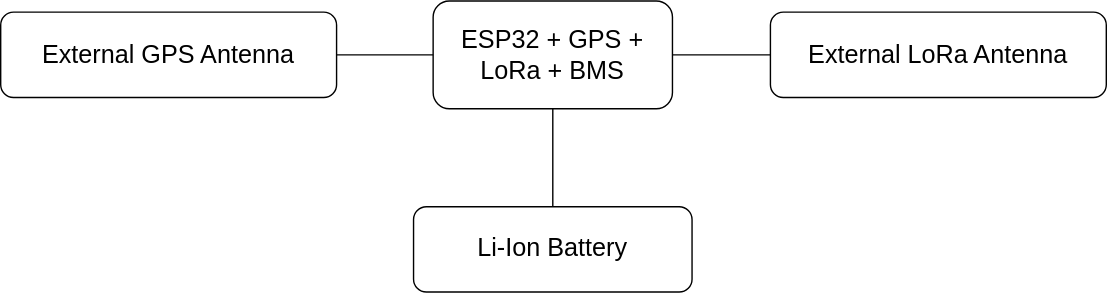
Earlier version of the draw.io export hardware/Connection Diagram.svg (metisvela/sailtrack-radio). Source tidied: cells renumbered, new cells last; positions are measured from the earlier drawing's top-left corner, leaving out a move shared by most shapes.
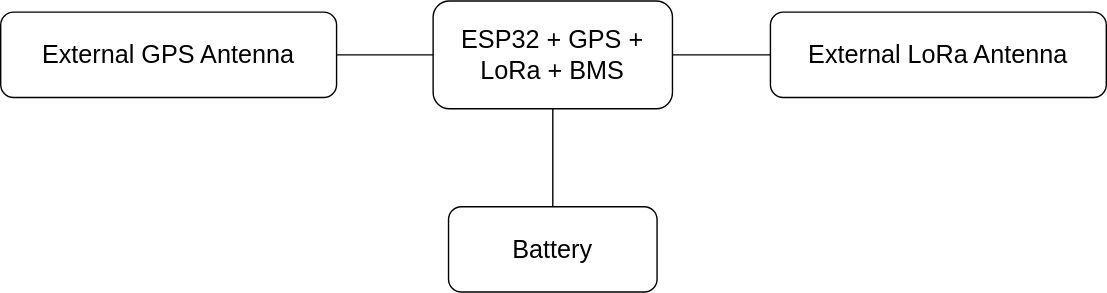
After the commit.

Change to the diagram source:
```diff
@@ -8,8 +8,8 @@
     <mxCell id="3" style="edgeStyle=orthogonalEdgeStyle;rounded=0;jettySize=auto;html=1;exitX=0.5;exitY=0;exitDx=0;exitDy=0;entryX=0.5;entryY=1;entryDx=0;entryDy=0;endArrow=none;endFill=0;" parent="1" edge="1" source="4" target="2">
       <mxGeometry relative="1" as="geometry" />
     </mxCell>
-    <mxCell id="4" value="Li-Ion Battery" style="rounded=1;whiteSpace=wrap;html=1;fontSize=18;" parent="1" vertex="1">
-      <mxGeometry x="295" y="147" width="199" height="61" as="geometry" />
+    <mxCell id="4" value="Battery" style="rounded=1;whiteSpace=wrap;html=1;fontSize=18;" parent="1" vertex="1">
+      <mxGeometry x="320" y="147" width="149" height="61" as="geometry" />
     </mxCell>
     <mxCell id="5" style="edgeStyle=orthogonalEdgeStyle;rounded=0;jettySize=auto;html=1;exitX=1;exitY=0.5;exitDx=0;exitDy=0;entryX=0;entryY=0.5;entryDx=0;entryDy=0;endArrow=none;endFill=0;fontSize=15;" parent="1" edge="1" source="6" target="2">
       <mxGeometry relative="1" as="geometry" />
```
